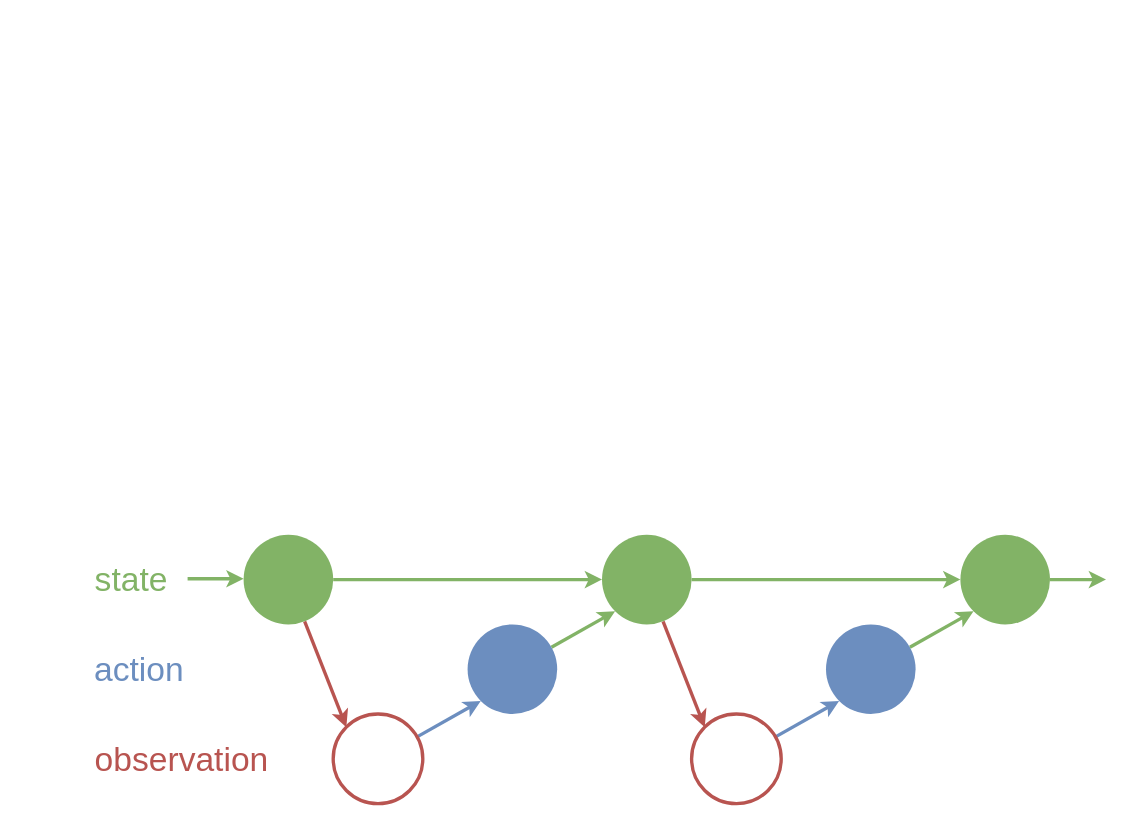
Above: 1.drawio in DongsuLeeTech/LeeXim (draw.io), before the change. Source tidied: cells renumbered, new cells numbered last; positions are measured from the earlier drawing's top-left corner, leaving out a move shared by most shapes. Both pictures are drawn from the tidied source at 112%, with x=0, y=0 at pixel (109, 534).
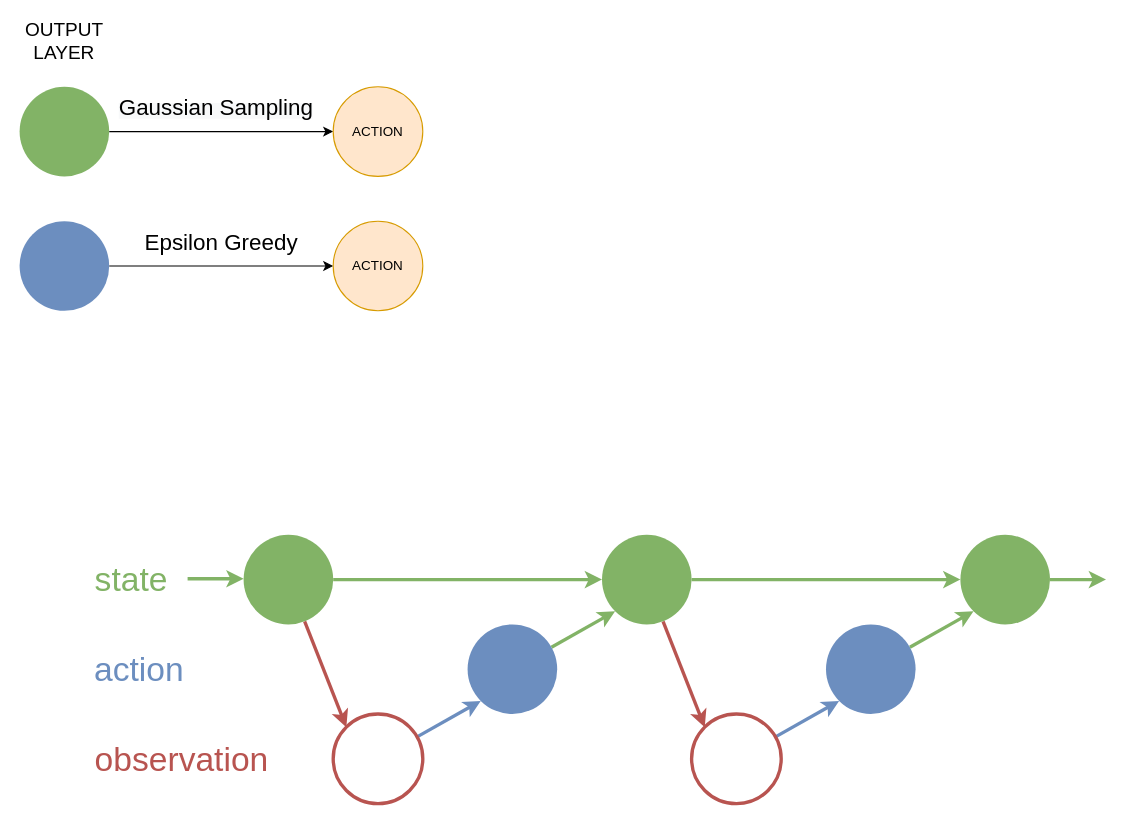
The same diagram, later.

Change to the diagram source:
```diff
@@
+    <mxCell id="23" style="edgeStyle=orthogonalEdgeStyle;rounded=0;jettySize=auto;html=1;" parent="1" edge="1" source="24">
+      <mxGeometry relative="1" as="geometry">
+        <mxPoint x="200" y="-360" as="targetPoint" />
+      </mxGeometry>
+    </mxCell>
+    <mxCell id="24" style="ellipse;whiteSpace=wrap;html=1;strokeColor=none;fillColor=#82B366;" parent="1" vertex="1">
+      <mxGeometry x="-80" y="-400" width="80" height="80" as="geometry" />
+    </mxCell>
+    <mxCell id="25" style="edgeStyle=orthogonalEdgeStyle;rounded=0;jettySize=auto;html=1;" parent="1" edge="1" source="26">
+      <mxGeometry relative="1" as="geometry">
+        <mxPoint x="200" y="-240" as="targetPoint" />
+      </mxGeometry>
+    </mxCell>
+    <mxCell id="26" style="ellipse;whiteSpace=wrap;html=1;strokeColor=none;fillColor=#6C8EBF;" parent="1" vertex="1">
+      <mxGeometry x="-80" y="-280" width="80" height="80" as="geometry" />
+    </mxCell>
+    <mxCell id="27" value="&lt;span style=&quot;color: rgb(0 , 0 , 0) ; font-family: &amp;#34;helvetica&amp;#34; ; font-style: normal ; font-weight: 400 ; letter-spacing: normal ; text-align: center ; text-indent: 0px ; text-transform: none ; word-spacing: 0px ; background-color: rgb(248 , 249 , 250) ; display: inline ; float: none&quot;&gt;&lt;font style=&quot;font-size: 20px&quot;&gt;Gaussian Sampling&lt;/font&gt;&lt;/span&gt;" style="text;whiteSpace=wrap;html=1;" parent="1" vertex="1">
+      <mxGeometry x="7" y="-400" width="240" height="30" as="geometry" />
+    </mxCell>
+    <mxCell id="28" value="&lt;font style=&quot;font-size: 17px&quot;&gt;OUTPUT LAYER&lt;/font&gt;" style="text;html=1;strokeColor=none;fillColor=none;align=center;verticalAlign=middle;whiteSpace=wrap;rounded=0;" parent="1" vertex="1">
+      <mxGeometry x="-60" y="-450" width="40" height="20" as="geometry" />
+    </mxCell>
+    <mxCell id="29" value="&lt;div style=&quot;text-align: center&quot;&gt;&lt;font style=&quot;font-size: 20px&quot;&gt;Epsilon Greedy&lt;/font&gt;&lt;/div&gt;" style="text;whiteSpace=wrap;html=1;" parent="1" vertex="1">
+      <mxGeometry x="30" y="-280" width="240" height="30" as="geometry" />
+    </mxCell>
+    <mxCell id="30" value="ACTION" style="ellipse;whiteSpace=wrap;html=1;strokeColor=#d79b00;fillColor=#ffe6cc;" parent="1" vertex="1">
+      <mxGeometry x="200" y="-400" width="80" height="80" as="geometry" />
+    </mxCell>
+    <mxCell id="31" value="ACTION" style="ellipse;whiteSpace=wrap;html=1;strokeColor=#d79b00;fillColor=#ffe6cc;" parent="1" vertex="1">
+      <mxGeometry x="200" y="-280" width="80" height="80" as="geometry" />
+    </mxCell>
```
